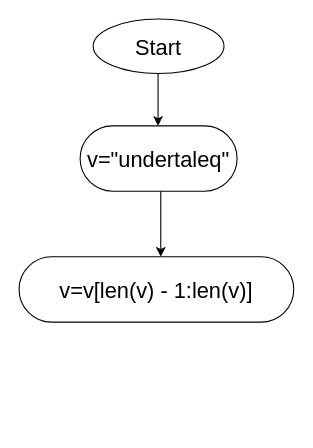
Earlier version of the draw.io diagram Diagram 2.drawio (dibovdmitry/laba5). Source tidied: cells renumbered, new cells numbered last; positions are measured from the earlier drawing's top-left corner, leaving out a move shared by most shapes. Both pictures are drawn from the tidied source at 109%, with x=0, y=0 at pixel (19, 19).
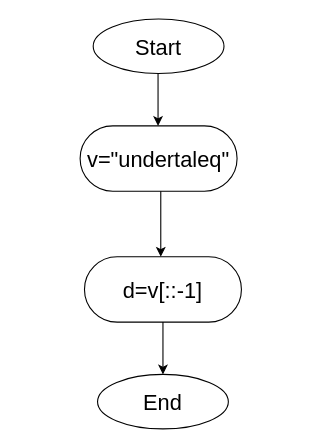
The same diagram, later.

What changed in the source:
```diff
@@
 <mxGraphModel>
   <root>
     <mxCell id="0" />
     <mxCell id="1" parent="0" />
     <mxCell id="2" value="Start" style="ellipse;whiteSpace=wrap;html=1;fontSize=20;" parent="1" vertex="1">
       <mxGeometry x="68" width="120" height="50" as="geometry" />
     </mxCell>
     <mxCell id="3" style="endArrow=classic;html=1;fontSize=20;" parent="1" edge="1">
       <mxGeometry relative="1" as="geometry">
         <mxPoint x="127.5" y="50" as="sourcePoint" />
         <mxPoint x="127.5" y="98" as="targetPoint" />
       </mxGeometry>
     </mxCell>
     <mxCell id="4" value="v=&quot;undertaleq&quot;" style="rounded=1;whiteSpace=wrap;html=1;fontSize=20;arcSize=50;" parent="1" vertex="1">
       <mxGeometry x="56" y="98" width="144" height="60" as="geometry" />
     </mxCell>
-    <mxCell id="5" value="v=v[len(v) - 1:len(v)]" style="rounded=1;whiteSpace=wrap;html=1;fontSize=20;arcSize=50;" parent="1" vertex="1">
-      <mxGeometry y="218" width="252" height="60" as="geometry" />
+    <mxCell id="5" value="d=v[::-1]" style="rounded=1;whiteSpace=wrap;html=1;fontSize=20;arcSize=50;" parent="1" vertex="1">
+      <mxGeometry x="60" y="218" width="144" height="60" as="geometry" />
     </mxCell>
     <mxCell id="6" style="endArrow=classic;html=1;fontSize=20;" parent="1" edge="1">
       <mxGeometry relative="1" as="geometry">
         <mxPoint x="130" y="158" as="sourcePoint" />
         <mxPoint x="130" y="218" as="targetPoint" />
       </mxGeometry>
     </mxCell>
+    <mxCell id="7" value="End" style="ellipse;whiteSpace=wrap;html=1;fontSize=20;" parent="1" vertex="1">
+      <mxGeometry x="72" y="326" width="120" height="50" as="geometry" />
+    </mxCell>
+    <mxCell id="8" style="endArrow=classic;html=1;fontSize=20;entryX=0.5;entryY=0;entryDx=0;entryDy=0;" parent="1" edge="1" target="7">
+      <mxGeometry relative="1" as="geometry">
+        <mxPoint x="132" y="278" as="sourcePoint" />
+      </mxGeometry>
+    </mxCell>
   </root>
 </mxGraphModel>
```
